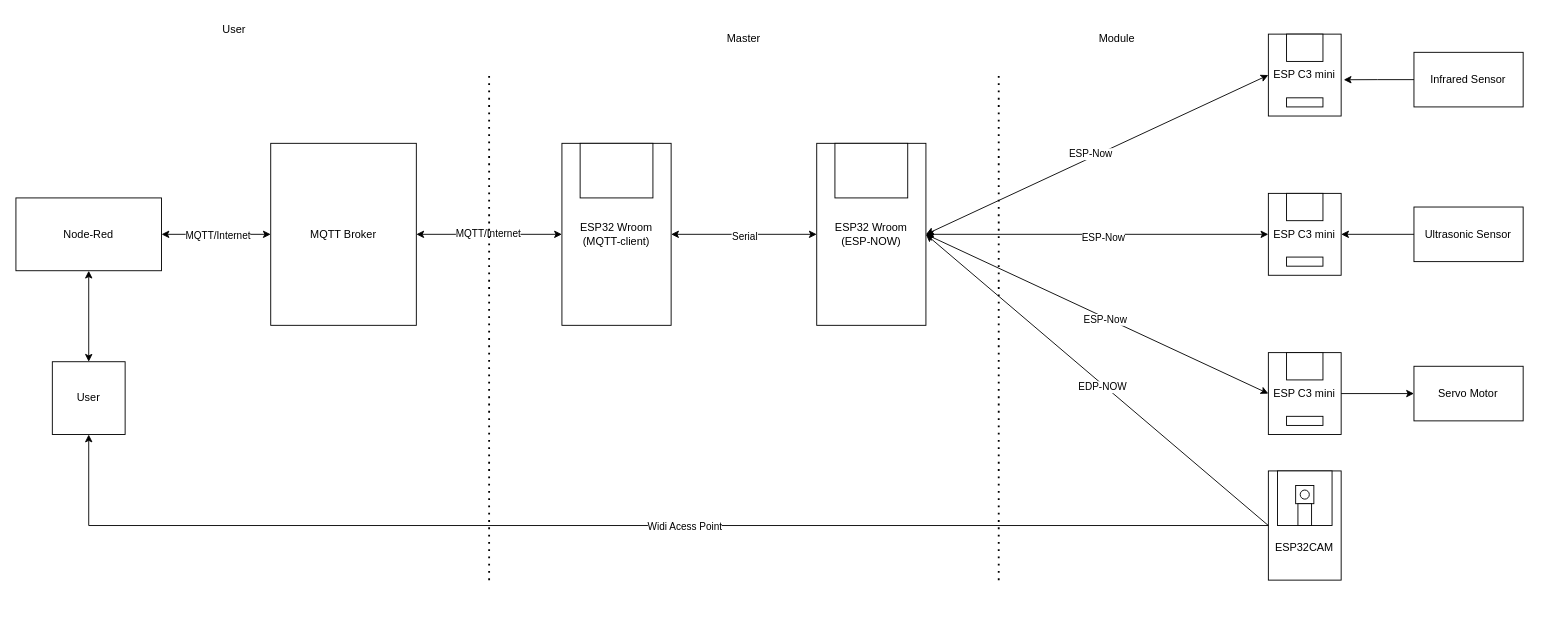
This is Untitled Diagram.drawio from LuPow132/Modular-Automation, a draw.io file, before an edit. Source tidied: cells renumbered, new cells numbered last; positions are measured from the earlier drawing's top-left corner, leaving out a move shared by most shapes. Both pictures are drawn from the tidied source at 91%, with x=0, y=0 at pixel (15, 15).
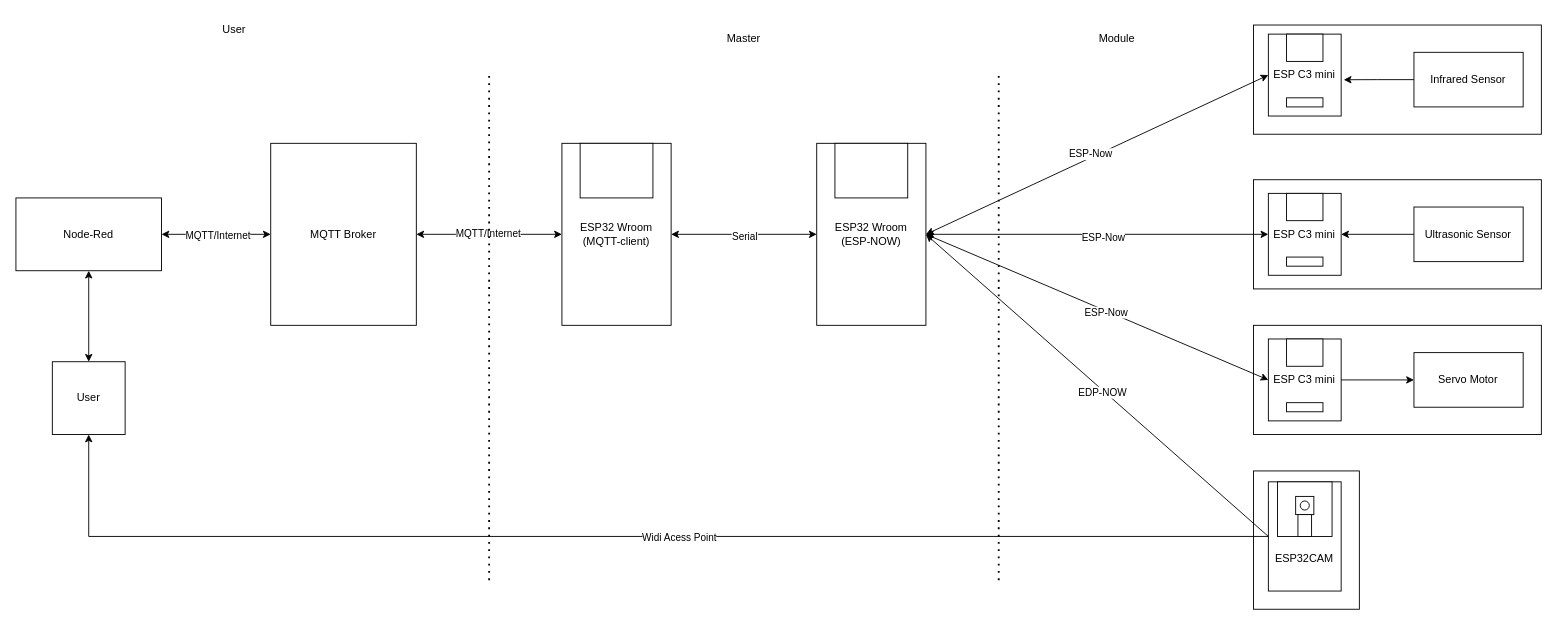
The same page after the edit.

Diff of the diagram source:
```diff
@@
+    <mxCell id="58" style="rounded=0;whiteSpace=wrap;html=1;fontSize=14;" parent="1" vertex="1">
+      <mxGeometry x="1360" y="340" width="316.3" height="120" as="geometry" />
+    </mxCell>
@@
     <mxCell id="11" style="group;" parent="1" vertex="1">
-      <mxGeometry x="1376.3" y="20" width="80" height="90" as="geometry" />
+      <mxGeometry x="1376.3" y="20" width="300" height="110" as="geometry" />
     </mxCell>
+    <mxCell id="59" style="rounded=0;whiteSpace=wrap;html=1;" parent="11" vertex="1">
+      <mxGeometry x="-16.3" y="-10" width="316.3" height="120" as="geometry" />
+    </mxCell>
@@
     <mxCell id="15" style="group;" parent="1" vertex="1">
-      <mxGeometry x="1376.3" y="195" width="80" height="90" as="geometry" />
+      <mxGeometry x="1376.3" y="195" width="300" height="105" as="geometry" />
     </mxCell>
+    <mxCell id="60" style="rounded=0;whiteSpace=wrap;html=1;fontSize=14;" parent="15" vertex="1">
+      <mxGeometry x="-16.3" y="-15" width="316.3" height="120" as="geometry" />
+    </mxCell>
@@
     <mxCell id="19" style="group;" parent="1" vertex="1">
-      <mxGeometry x="1376.3" y="370" width="80" height="90" as="geometry" />
+      <mxGeometry x="1376.3" y="355" width="80" height="90" as="geometry" />
     </mxCell>
@@
     <mxCell id="33" value="Servo Motor" style="rounded=0;whiteSpace=wrap;html=1;" parent="1" vertex="1">
-      <mxGeometry x="1536.3" y="385" width="120" height="60" as="geometry" />
+      <mxGeometry x="1536.3" y="370" width="120" height="60" as="geometry" />
     </mxCell>
@@
     <mxCell id="35" style="group;" parent="1" vertex="1">
-      <mxGeometry x="1376.3" y="500" width="80" height="120" as="geometry" />
+      <mxGeometry x="1376.3" y="500" width="300" height="140" as="geometry" />
     </mxCell>
+    <mxCell id="61" style="rounded=0;whiteSpace=wrap;html=1;fontSize=14;" parent="35" vertex="1">
+      <mxGeometry x="-16.3" width="116.3" height="152" as="geometry" />
+    </mxCell>
     <mxCell id="36" style="rounded=0;whiteSpace=wrap;html=1;" parent="35" vertex="1">
-      <mxGeometry width="80" height="120" as="geometry" />
+      <mxGeometry y="12" width="80" height="120" as="geometry" />
     </mxCell>
     <mxCell id="37" style="rounded=0;whiteSpace=wrap;html=1;" parent="35" vertex="1">
-      <mxGeometry x="10" width="60" height="60" as="geometry" />
+      <mxGeometry x="10" y="12" width="60" height="60" as="geometry" />
     </mxCell>
     <mxCell id="38" style="whiteSpace=wrap;html=1;" parent="35" vertex="1">
-      <mxGeometry x="30" y="16" width="20" height="20" as="geometry" />
+      <mxGeometry x="30" y="28" width="20" height="20" as="geometry" />
     </mxCell>
     <mxCell id="39" style="ellipse;whiteSpace=wrap;html=1;" parent="35" vertex="1">
-      <mxGeometry x="35" y="21" width="10" height="10" as="geometry" />
+      <mxGeometry x="35" y="33" width="10" height="10" as="geometry" />
     </mxCell>
     <mxCell id="40" style="rounded=0;whiteSpace=wrap;html=1;" parent="35" vertex="1">
-      <mxGeometry x="32.5" y="36" width="15" height="24" as="geometry" />
+      <mxGeometry x="32.5" y="48" width="15" height="24" as="geometry" />
     </mxCell>
     <mxCell id="41" value="ESP32CAM" style="text;html=1;whiteSpace=wrap;strokeColor=none;fillColor=none;align=center;verticalAlign=middle;rounded=0;" parent="35" vertex="1">
-      <mxGeometry x="10" y="70" width="60" height="30" as="geometry" />
+      <mxGeometry x="10" y="82" width="60" height="30" as="geometry" />
     </mxCell>
```
